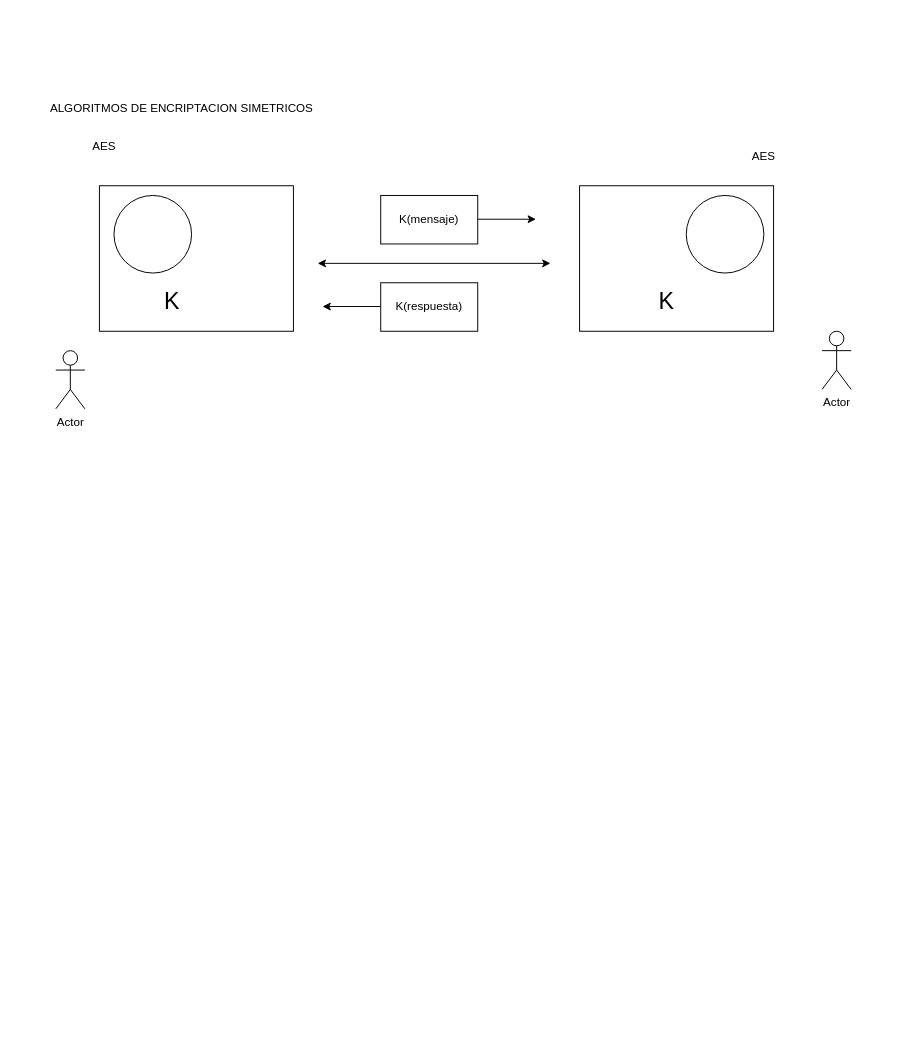
The draw.io diagram page "Encriptacion" (45 of 53) of diagramas.drawio in almoril00/MEAN, before the edit. Source tidied: cells renumbered, new cells numbered last; positions are measured from the earlier drawing's top-left corner, leaving out a move shared by most shapes. Both pictures are drawn from the tidied source at 97%, with x=0, y=0 at pixel (16, 98).
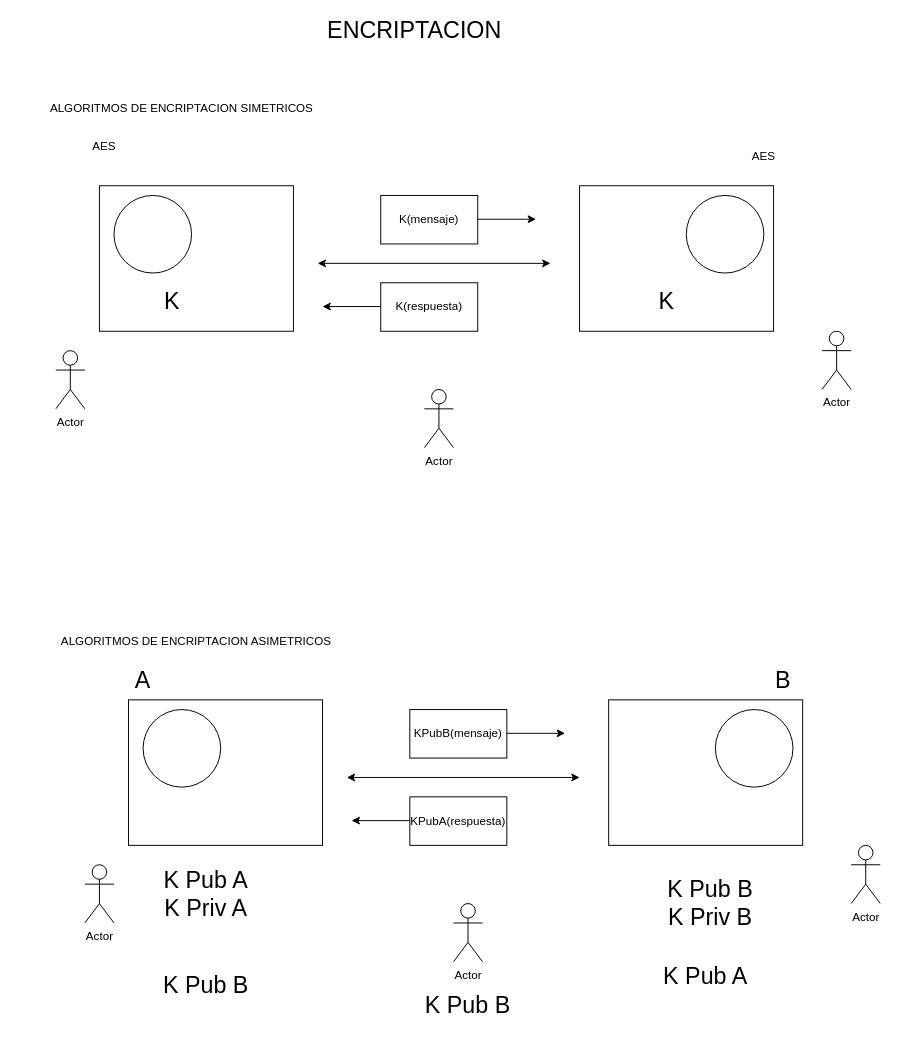
After the change.

Change to the diagram source:
```diff
@@
+    <mxCell id="18" value="ALGORITMOS DE ENCRIPTACION ASIMETRICOS" style="text;html=1;strokeColor=none;fillColor=none;align=center;verticalAlign=middle;whiteSpace=wrap;rounded=0;" parent="1" vertex="1">
+      <mxGeometry x="15" y="550" width="340" height="20" as="geometry" />
+    </mxCell>
+    <mxCell id="19" style="rounded=0;whiteSpace=wrap;html=1;fillColor=none;" parent="1" vertex="1">
+      <mxGeometry x="610" y="620" width="200" height="150" as="geometry" />
+    </mxCell>
+    <mxCell id="20" style="rounded=0;whiteSpace=wrap;html=1;fillColor=none;" parent="1" vertex="1">
+      <mxGeometry x="115" y="620" width="200" height="150" as="geometry" />
+    </mxCell>
+    <mxCell id="21" style="endArrow=classic;startArrow=classic;html=1;" parent="1" edge="1">
+      <mxGeometry relative="1" as="geometry">
+        <mxPoint x="340" y="700" as="sourcePoint" />
+        <mxPoint x="580" y="700" as="targetPoint" />
+      </mxGeometry>
+    </mxCell>
+    <mxCell id="22" value="Actor" style="shape=umlActor;verticalLabelPosition=bottom;verticalAlign=top;html=1;" parent="1" vertex="1">
+      <mxGeometry x="70" y="790" width="30" height="60" as="geometry" />
+    </mxCell>
+    <mxCell id="23" style="ellipse;whiteSpace=wrap;html=1;" parent="1" vertex="1">
+      <mxGeometry x="130" y="630" width="80" height="80" as="geometry" />
+    </mxCell>
+    <mxCell id="24" style="ellipse;whiteSpace=wrap;html=1;" parent="1" vertex="1">
+      <mxGeometry x="720" y="630" width="80" height="80" as="geometry" />
+    </mxCell>
+    <mxCell id="25" value="Actor" style="shape=umlActor;verticalLabelPosition=bottom;verticalAlign=top;html=1;" parent="1" vertex="1">
+      <mxGeometry x="860" y="770" width="30" height="60" as="geometry" />
+    </mxCell>
+    <mxCell id="26" value="KPubB(mensaje)" style="rounded=0;whiteSpace=wrap;html=1;" parent="1" vertex="1">
+      <mxGeometry x="405" y="630" width="100" height="50" as="geometry" />
+    </mxCell>
+    <mxCell id="27" value="KPubA(respuesta)" style="rounded=0;whiteSpace=wrap;html=1;" parent="1" vertex="1">
+      <mxGeometry x="405" y="720" width="100" height="50" as="geometry" />
+    </mxCell>
+    <mxCell id="28" style="endArrow=classic;html=1;" parent="1" edge="1">
+      <mxGeometry relative="1" as="geometry">
+        <mxPoint x="405" y="744.5" as="sourcePoint" />
+        <mxPoint x="345" y="744.5" as="targetPoint" />
+      </mxGeometry>
+    </mxCell>
+    <mxCell id="29" style="endArrow=classic;html=1;" parent="1" edge="1">
+      <mxGeometry relative="1" as="geometry">
+        <mxPoint x="505" y="654.5" as="sourcePoint" />
+        <mxPoint x="565" y="654.5" as="targetPoint" />
+      </mxGeometry>
+    </mxCell>
+    <mxCell id="30" value="&lt;font style=&quot;font-size: 24px&quot;&gt;A&lt;/font&gt;" style="text;html=1;strokeColor=none;fillColor=none;align=center;verticalAlign=middle;whiteSpace=wrap;rounded=0;" parent="1" vertex="1">
+      <mxGeometry x="110" y="590" width="40" height="20" as="geometry" />
+    </mxCell>
+    <mxCell id="31" value="&lt;font style=&quot;font-size: 24px&quot;&gt;B&lt;/font&gt;" style="text;html=1;strokeColor=none;fillColor=none;align=center;verticalAlign=middle;whiteSpace=wrap;rounded=0;" parent="1" vertex="1">
+      <mxGeometry x="770" y="590" width="40" height="20" as="geometry" />
+    </mxCell>
+    <mxCell id="32" value="&lt;font style=&quot;font-size: 24px&quot;&gt;K Pub B&lt;br&gt;K Priv B&lt;br&gt;&lt;/font&gt;" style="text;html=1;strokeColor=none;fillColor=none;align=center;verticalAlign=middle;whiteSpace=wrap;rounded=0;" parent="1" vertex="1">
+      <mxGeometry x="650" y="800" width="130" height="60" as="geometry" />
+    </mxCell>
+    <mxCell id="33" value="&lt;font style=&quot;font-size: 24px&quot;&gt;K Pub B&lt;br&gt;&lt;/font&gt;" style="text;html=1;strokeColor=none;fillColor=none;align=center;verticalAlign=middle;whiteSpace=wrap;rounded=0;" parent="1" vertex="1">
+      <mxGeometry x="130" y="900" width="130" height="30" as="geometry" />
+    </mxCell>
+    <mxCell id="34" value="Actor" style="shape=umlActor;verticalLabelPosition=bottom;verticalAlign=top;html=1;fillColor=none;" parent="1" vertex="1">
+      <mxGeometry x="450" y="830" width="30" height="60" as="geometry" />
+    </mxCell>
+    <mxCell id="35" value="Actor" style="shape=umlActor;verticalLabelPosition=bottom;verticalAlign=top;html=1;fillColor=none;" parent="1" vertex="1">
+      <mxGeometry x="420" y="300" width="30" height="60" as="geometry" />
+    </mxCell>
+    <mxCell id="36" value="&lt;font style=&quot;font-size: 24px&quot;&gt;K Pub B&lt;br&gt;&lt;/font&gt;" style="text;html=1;strokeColor=none;fillColor=none;align=center;verticalAlign=middle;whiteSpace=wrap;rounded=0;" parent="1" vertex="1">
+      <mxGeometry x="400" y="920" width="130" height="30" as="geometry" />
+    </mxCell>
+    <mxCell id="37" value="&lt;font style=&quot;font-size: 24px&quot;&gt;K Pub A&lt;br&gt;K Priv A&lt;br&gt;&lt;/font&gt;" style="text;html=1;strokeColor=none;fillColor=none;align=center;verticalAlign=middle;whiteSpace=wrap;rounded=0;" parent="1" vertex="1">
+      <mxGeometry x="130" y="790" width="130" height="60" as="geometry" />
+    </mxCell>
+    <mxCell id="38" value="&lt;font style=&quot;font-size: 24px&quot;&gt;K Pub A&lt;br&gt;&lt;/font&gt;" style="text;html=1;strokeColor=none;fillColor=none;align=center;verticalAlign=middle;whiteSpace=wrap;rounded=0;" parent="1" vertex="1">
+      <mxGeometry x="645" y="890" width="130" height="30" as="geometry" />
+    </mxCell>
+    <mxCell id="39" value="&lt;font style=&quot;font-size: 24px&quot;&gt;ENCRIPTACION&lt;/font&gt;" style="text;html=1;strokeColor=none;fillColor=none;align=center;verticalAlign=middle;whiteSpace=wrap;rounded=0;" parent="1" vertex="1">
+      <mxGeometry x="390" y="-80" width="40" height="20" as="geometry" />
+    </mxCell>
```
